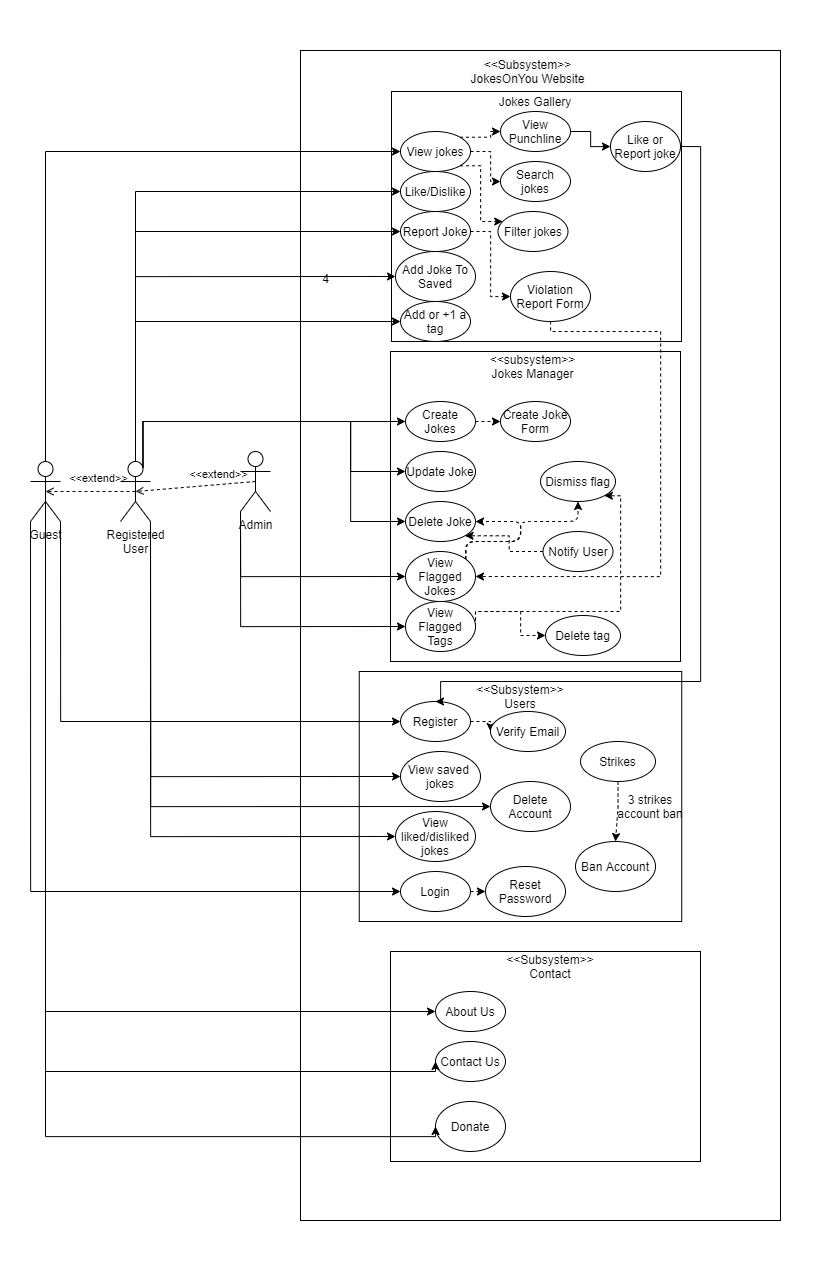
Before: Docs/UseCases/JokesOnYouUseCaseDiagram.png, a diagram exported from draw.io (Code2Gether-Discord/JokesOnYou). Source tidied: cells renumbered, new cells last; positions are measured from the earlier drawing's top-left corner, leaving out a move shared by most shapes.
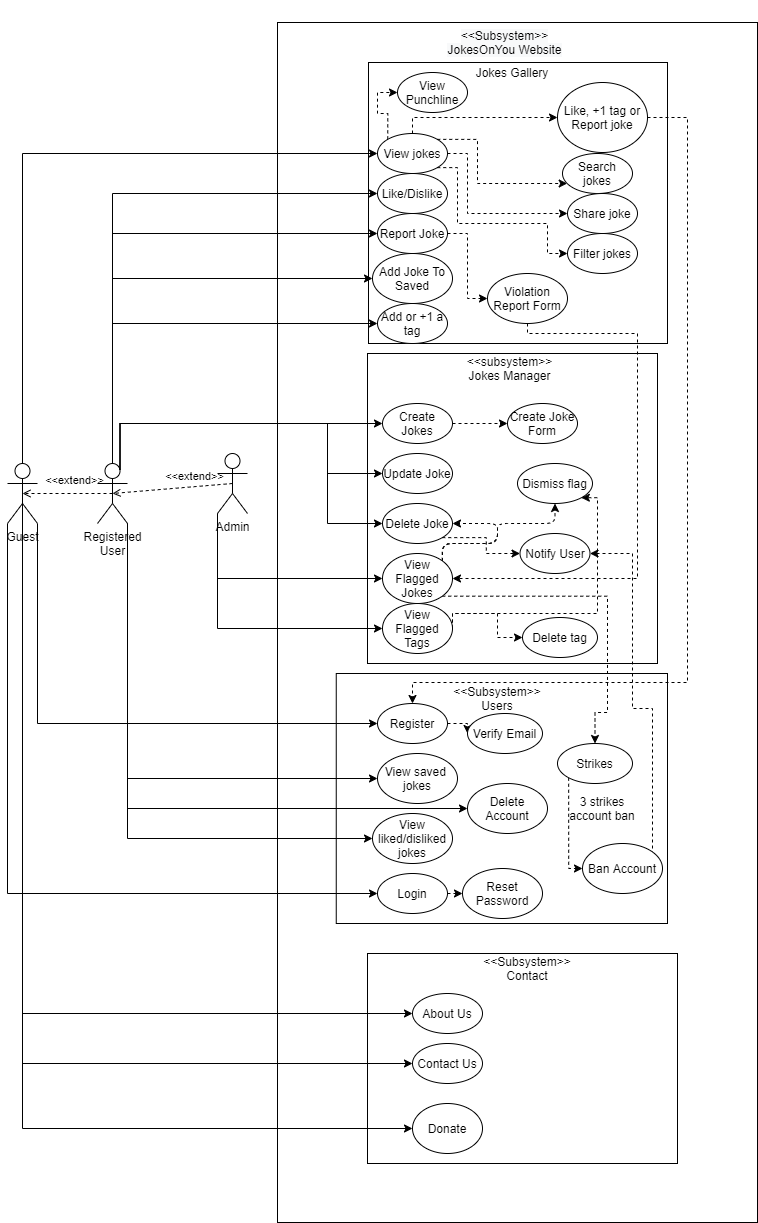
Above is the later version.

Commit message:
added share to use case diagram and changed a few connections around.

Diff of the diagram source:
```diff
@@ -2,11 +2,11 @@
   <root>
     <mxCell id="0" />
     <mxCell id="1" parent="0" />
-    <mxCell id="2" value="4" style="html=1;imageVerticalAlign=middle;spacingTop=-714;spacingLeft=-431;" parent="1" vertex="1">
-      <mxGeometry x="270" width="480" height="1170" as="geometry" />
+    <mxCell id="2" style="html=1;imageVerticalAlign=middle;spacingTop=-714;spacingLeft=-431;" parent="1" vertex="1">
+      <mxGeometry x="270" y="-30" width="480" height="1200" as="geometry" />
     </mxCell>
     <mxCell id="3" style="rounded=0;whiteSpace=wrap;html=1;" parent="1" vertex="1">
-      <mxGeometry x="328.8" y="621" width="322.5" height="250" as="geometry" />
+      <mxGeometry x="328.8" y="621" width="331.2" height="250" as="geometry" />
     </mxCell>
     <mxCell id="4" value="Guest" style="shape=umlActor;verticalLabelPosition=bottom;verticalAlign=top;html=1;" parent="1" vertex="1">
       <mxGeometry y="411" width="30" height="60" as="geometry" />
@@ -24,31 +24,52 @@
       <mxGeometry x="-0.16" y="-4" relative="1" as="geometry" />
     </mxCell>
     <mxCell id="9" style="html=1;" parent="1" vertex="1">
-      <mxGeometry x="361" y="41" width="290" height="250" as="geometry" />
+      <mxGeometry x="361" y="10" width="299" height="281" as="geometry" />
     </mxCell>
     <mxCell id="10" value="Jokes Gallery" style="text;html=1;strokeColor=none;fillColor=none;align=center;verticalAlign=middle;whiteSpace=wrap;rounded=0;" parent="1" vertex="1">
-      <mxGeometry x="465" y="41" width="80" height="20" as="geometry" />
+      <mxGeometry x="465" y="10" width="80" height="20" as="geometry" />
     </mxCell>
     <mxCell id="11" style="edgeStyle=orthogonalEdgeStyle;rounded=0;orthogonalLoop=1;jettySize=auto;html=1;exitX=0.5;exitY=1;exitDx=0;exitDy=0;" parent="1" edge="1" source="9" target="9">
       <mxGeometry relative="1" as="geometry" />
     </mxCell>
+    <mxCell id="84" style="edgeStyle=orthogonalEdgeStyle;rounded=0;jettySize=auto;html=1;exitX=1;exitY=0.5;exitDx=0;exitDy=0;entryX=0;entryY=0.5;entryDx=0;entryDy=0;dashed=1;" parent="1" edge="1" source="13" target="89">
+      <mxGeometry relative="1" as="geometry">
+        <Array as="points">
+          <mxPoint x="460" y="101" />
+          <mxPoint x="460" y="161" />
+        </Array>
+      </mxGeometry>
+    </mxCell>
+    <mxCell id="85" style="edgeStyle=orthogonalEdgeStyle;rounded=0;jettySize=auto;html=1;exitX=0.5;exitY=0;exitDx=0;exitDy=0;entryX=0;entryY=0.5;entryDx=0;entryDy=0;dashed=1;" parent="1" edge="1" source="13" target="17">
+      <mxGeometry relative="1" as="geometry">
+        <Array as="points">
+          <mxPoint x="405" y="65" />
+        </Array>
+      </mxGeometry>
+    </mxCell>
-    <mxCell id="12" style="edgeStyle=orthogonalEdgeStyle;rounded=0;jettySize=auto;html=1;exitX=1;exitY=0;exitDx=0;exitDy=0;entryX=0;entryY=0.5;entryDx=0;entryDy=0;dashed=1;" parent="1" edge="1" source="13" target="15">
+    <mxCell id="12" style="edgeStyle=orthogonalEdgeStyle;rounded=0;jettySize=auto;html=1;exitX=0;exitY=0;exitDx=0;exitDy=0;entryX=0;entryY=0.5;entryDx=0;entryDy=0;dashed=1;" parent="1" edge="1" source="13" target="15">
       <mxGeometry relative="1" as="geometry" />
     </mxCell>
     <mxCell id="13" value="View jokes" style="ellipse;whiteSpace=wrap;html=1;" parent="1" vertex="1">
       <mxGeometry x="370" y="81" width="70" height="40" as="geometry" />
     </mxCell>
-    <mxCell id="14" style="edgeStyle=orthogonalEdgeStyle;rounded=0;jettySize=auto;html=1;exitX=1;exitY=0.5;exitDx=0;exitDy=0;entryX=0;entryY=0.5;entryDx=0;entryDy=0;" parent="1" edge="1" source="15" target="17">
-      <mxGeometry relative="1" as="geometry" />
-    </mxCell>
     <mxCell id="15" value="View Punchline" style="ellipse;whiteSpace=wrap;html=1;" parent="1" vertex="1">
-      <mxGeometry x="470" y="61" width="70" height="40" as="geometry" />
+      <mxGeometry x="390" y="20" width="70" height="40" as="geometry" />
     </mxCell>
     <mxCell id="16" style="edgeStyle=orthogonalEdgeStyle;rounded=0;jettySize=auto;html=1;exitX=0.5;exitY=0;exitDx=0;exitDy=0;exitPerimeter=0;entryX=0;entryY=0.5;entryDx=0;entryDy=0;" parent="1" edge="1" source="4" target="13">
       <mxGeometry relative="1" as="geometry" />
     </mxCell>
+    <mxCell id="28" style="edgeStyle=orthogonalEdgeStyle;rounded=0;jettySize=auto;html=1;exitX=1;exitY=0.5;exitDx=0;exitDy=0;entryX=0.5;entryY=0;entryDx=0;entryDy=0;dashed=1;" parent="1" edge="1" source="17" target="21">
+      <mxGeometry relative="1" as="geometry">
+        <Array as="points">
+          <mxPoint x="680" y="65" />
+          <mxPoint x="680" y="630" />
+          <mxPoint x="405" y="630" />
+        </Array>
+      </mxGeometry>
+    </mxCell>
-    <mxCell id="17" value="Like or Report joke" style="ellipse;whiteSpace=wrap;html=1;" parent="1" vertex="1">
-      <mxGeometry x="580" y="71" width="70" height="50" as="geometry" />
+    <mxCell id="17" value="Like, +1 tag or Report joke" style="ellipse;whiteSpace=wrap;html=1;" parent="1" vertex="1">
+      <mxGeometry x="550" y="30" width="90" height="70" as="geometry" />
     </mxCell>
     <mxCell id="18" value="Like/Dislike" style="ellipse;whiteSpace=wrap;html=1;" parent="1" vertex="1">
       <mxGeometry x="370" y="121" width="70" height="40" as="geometry" />
@@ -80,15 +101,6 @@
     <mxCell id="27" style="rounded=0;whiteSpace=wrap;html=1;" parent="1" vertex="1">
       <mxGeometry x="360" y="301" width="290" height="310" as="geometry" />
     </mxCell>
-    <mxCell id="28" style="edgeStyle=orthogonalEdgeStyle;rounded=0;jettySize=auto;html=1;exitX=1;exitY=0.5;exitDx=0;exitDy=0;entryX=0.5;entryY=0;entryDx=0;entryDy=0;" parent="1" edge="1" source="17" target="21">
-      <mxGeometry relative="1" as="geometry">
-        <Array as="points">
-          <mxPoint x="670" y="96" />
-          <mxPoint x="670" y="631" />
-          <mxPoint x="410" y="631" />
-        </Array>
-      </mxGeometry>
-    </mxCell>
     <mxCell id="29" style="edgeStyle=orthogonalEdgeStyle;rounded=0;jettySize=auto;html=1;exitX=1;exitY=1;exitDx=0;exitDy=0;exitPerimeter=0;entryX=0;entryY=0.5;entryDx=0;entryDy=0;" parent="1" edge="1" source="4" target="21">
       <mxGeometry relative="1" as="geometry" />
     </mxCell>
@@ -105,7 +117,11 @@
       <mxGeometry relative="1" as="geometry" />
     </mxCell>
     <mxCell id="34" style="edgeStyle=orthogonalEdgeStyle;rounded=0;jettySize=auto;html=1;exitX=0.5;exitY=0;exitDx=0;exitDy=0;exitPerimeter=0;entryX=0;entryY=0.5;entryDx=0;entryDy=0;" parent="1" edge="1" source="5" target="31">
-      <mxGeometry relative="1" as="geometry" />
+      <mxGeometry relative="1" as="geometry">
+        <Array as="points">
+          <mxPoint x="105" y="226" />
+        </Array>
+      </mxGeometry>
     </mxCell>
     <mxCell id="35" style="edgeStyle=orthogonalEdgeStyle;rounded=0;jettySize=auto;html=1;exitX=1;exitY=0.5;exitDx=0;exitDy=0;entryX=0;entryY=0.5;entryDx=0;entryDy=0;dashed=1;" parent="1" edge="1" source="36" target="43">
       <mxGeometry relative="1" as="geometry" />
@@ -124,7 +140,7 @@
       </mxGeometry>
     </mxCell>
     <mxCell id="39" value="&#10;&#10;&lt;span style=&quot;color: rgb(0, 0, 0); font-family: helvetica; font-size: 12px; font-style: normal; font-weight: 400; letter-spacing: normal; text-align: center; text-indent: 0px; text-transform: none; word-spacing: 0px; background-color: rgb(248, 249, 250); display: inline; float: none;&quot;&gt;&amp;lt;&amp;lt;Subsystem&amp;gt;&amp;gt;&lt;/span&gt;&lt;br style=&quot;color: rgb(0, 0, 0); font-family: helvetica; font-size: 12px; font-style: normal; font-weight: 400; letter-spacing: normal; text-align: center; text-indent: 0px; text-transform: none; word-spacing: 0px; background-color: rgb(248, 249, 250);&quot;&gt;&lt;span style=&quot;color: rgb(0, 0, 0); font-family: helvetica; font-size: 12px; font-style: normal; font-weight: 400; letter-spacing: normal; text-align: center; text-indent: 0px; text-transform: none; word-spacing: 0px; background-color: rgb(248, 249, 250); display: inline; float: none;&quot;&gt;JokesOnYou Website&lt;/span&gt;&#10;&#10;" style="text;html=1;strokeColor=none;fillColor=none;align=center;verticalAlign=middle;whiteSpace=wrap;rounded=0;" parent="1" vertex="1">
-      <mxGeometry x="435" y="11" width="125" height="20" as="geometry" />
+      <mxGeometry x="435" y="-20" width="125" height="20" as="geometry" />
     </mxCell>
     <mxCell id="40" style="edgeStyle=orthogonalEdgeStyle;rounded=0;jettySize=auto;html=1;exitX=1;exitY=0.5;exitDx=0;exitDy=0;entryX=0;entryY=0.5;entryDx=0;entryDy=0;dashed=1;" parent="1" edge="1" source="41" target="53">
       <mxGeometry relative="1" as="geometry" />
@@ -136,7 +152,7 @@
       <mxGeometry relative="1" as="geometry" />
     </mxCell>
     <mxCell id="43" value="Create Joke Form" style="ellipse;whiteSpace=wrap;html=1;" parent="1" vertex="1">
-      <mxGeometry x="470" y="351" width="70" height="40" as="geometry" />
+      <mxGeometry x="500" y="351" width="70" height="40" as="geometry" />
     </mxCell>
     <mxCell id="44" style="edgeStyle=orthogonalEdgeStyle;rounded=1;jettySize=auto;html=1;exitX=1;exitY=0;exitDx=0;exitDy=0;entryX=1;entryY=0.5;entryDx=0;entryDy=0;dashed=1;" parent="1" edge="1" source="46" target="50">
       <mxGeometry relative="1" as="geometry">
@@ -156,6 +172,15 @@
         </Array>
       </mxGeometry>
     </mxCell>
+    <mxCell id="86" style="edgeStyle=orthogonalEdgeStyle;rounded=0;jettySize=auto;html=1;exitX=1;exitY=1;exitDx=0;exitDy=0;entryX=0.5;entryY=0;entryDx=0;entryDy=0;dashed=1;" parent="1" edge="1" source="46" target="81">
+      <mxGeometry relative="1" as="geometry">
+        <Array as="points">
+          <mxPoint x="600" y="544" />
+          <mxPoint x="600" y="660" />
+          <mxPoint x="588" y="660" />
+        </Array>
+      </mxGeometry>
+    </mxCell>
     <mxCell id="46" value="View Flagged Jokes" style="ellipse;whiteSpace=wrap;html=1;" parent="1" vertex="1">
       <mxGeometry x="375" y="501" width="70" height="50" as="geometry" />
     </mxCell>
@@ -174,6 +199,9 @@
     <mxCell id="49" value="Dismiss flag" style="ellipse;whiteSpace=wrap;html=1;" parent="1" vertex="1">
       <mxGeometry x="510" y="411" width="75" height="40" as="geometry" />
     </mxCell>
+    <mxCell id="87" style="edgeStyle=orthogonalEdgeStyle;rounded=0;jettySize=auto;html=1;exitX=1;exitY=1;exitDx=0;exitDy=0;entryX=0;entryY=0.5;entryDx=0;entryDy=0;dashed=1;" parent="1" edge="1" source="50" target="75">
+      <mxGeometry relative="1" as="geometry" />
+    </mxCell>
     <mxCell id="50" value="Delete Joke" style="ellipse;whiteSpace=wrap;html=1;" parent="1" vertex="1">
       <mxGeometry x="375" y="451" width="70" height="40" as="geometry" />
     </mxCell>
@@ -257,36 +285,35 @@
       </mxGeometry>
     </mxCell>
     <mxCell id="68" value="Search jokes" style="ellipse;whiteSpace=wrap;html=1;" parent="1" vertex="1">
-      <mxGeometry x="470" y="111" width="70" height="40" as="geometry" />
+      <mxGeometry x="555" y="101" width="70" height="40" as="geometry" />
     </mxCell>
     <mxCell id="69" value="Filter jokes" style="ellipse;whiteSpace=wrap;html=1;" parent="1" vertex="1">
-      <mxGeometry x="467.5" y="161" width="70" height="40" as="geometry" />
+      <mxGeometry x="560" y="181" width="70" height="40" as="geometry" />
     </mxCell>
-    <mxCell id="70" style="edgeStyle=orthogonalEdgeStyle;rounded=0;jettySize=auto;html=1;exitX=1;exitY=0.5;exitDx=0;exitDy=0;dashed=1;" parent="1" edge="1" source="13" target="68">
+    <mxCell id="70" style="edgeStyle=orthogonalEdgeStyle;rounded=0;jettySize=auto;html=1;exitX=1;exitY=0;exitDx=0;exitDy=0;dashed=1;" parent="1" edge="1" source="13" target="68">
       <mxGeometry relative="1" as="geometry">
         <Array as="points">
-          <mxPoint x="460" y="101" />
-          <mxPoint x="460" y="131" />
+          <mxPoint x="470" y="87" />
+          <mxPoint x="470" y="131" />
         </Array>
       </mxGeometry>
     </mxCell>
     <mxCell id="71" style="edgeStyle=orthogonalEdgeStyle;rounded=0;jettySize=auto;html=1;exitX=1;exitY=1;exitDx=0;exitDy=0;exitPerimeter=0;entryX=0;entryY=0.5;entryDx=0;entryDy=0;" parent="1" edge="1" source="5" target="66">
       <mxGeometry relative="1" as="geometry" />
     </mxCell>
-    <mxCell id="72" style="edgeStyle=orthogonalEdgeStyle;rounded=0;jettySize=auto;html=1;exitX=1;exitY=1;exitDx=0;exitDy=0;dashed=1;" parent="1" edge="1" source="13" target="69">
+    <mxCell id="72" style="edgeStyle=orthogonalEdgeStyle;rounded=0;jettySize=auto;html=1;exitX=1;exitY=1;exitDx=0;exitDy=0;dashed=1;entryX=0;entryY=0.5;entryDx=0;entryDy=0;" parent="1" edge="1" source="13" target="69">
       <mxGeometry relative="1" as="geometry">
         <Array as="points">
           <mxPoint x="450" y="115" />
           <mxPoint x="450" y="171" />
+          <mxPoint x="540" y="171" />
+          <mxPoint x="540" y="201" />
         </Array>
       </mxGeometry>
     </mxCell>
     <mxCell id="73" value="Delete Account" style="ellipse;whiteSpace=wrap;html=1;" parent="1" vertex="1">
       <mxGeometry x="460" y="731" width="80" height="50" as="geometry" />
     </mxCell>
-    <mxCell id="74" style="edgeStyle=orthogonalEdgeStyle;rounded=0;jettySize=auto;html=1;exitX=0;exitY=0.5;exitDx=0;exitDy=0;entryX=1;entryY=1;entryDx=0;entryDy=0;dashed=1;" parent="1" edge="1" source="75" target="50">
-      <mxGeometry relative="1" as="geometry" />
-    </mxCell>
     <mxCell id="75" value="Notify User" style="ellipse;whiteSpace=wrap;html=1;" parent="1" vertex="1">
       <mxGeometry x="512.5" y="481" width="70" height="40" as="geometry" />
     </mxCell>
@@ -296,25 +323,24 @@
     <mxCell id="77" style="edgeStyle=orthogonalEdgeStyle;rounded=0;jettySize=auto;html=1;exitX=0.5;exitY=0.5;exitDx=0;exitDy=0;exitPerimeter=0;entryX=0;entryY=0.5;entryDx=0;entryDy=0;" parent="1" edge="1" source="4" target="62">
       <mxGeometry relative="1" as="geometry">
         <Array as="points">
-          <mxPoint x="15" y="1021" />
+          <mxPoint x="15" y="1011" />
         </Array>
       </mxGeometry>
     </mxCell>
     <mxCell id="78" style="edgeStyle=orthogonalEdgeStyle;rounded=0;jettySize=auto;html=1;exitX=0.5;exitY=0.5;exitDx=0;exitDy=0;exitPerimeter=0;entryX=0;entryY=0.5;entryDx=0;entryDy=0;" parent="1" edge="1" source="4" target="63">
       <mxGeometry relative="1" as="geometry">
         <Array as="points">
-          <mxPoint x="15" y="1086" />
+          <mxPoint x="15" y="1076" />
         </Array>
       </mxGeometry>
     </mxCell>
     <mxCell id="79" style="edgeStyle=orthogonalEdgeStyle;rounded=0;jettySize=auto;html=1;exitX=1;exitY=1;exitDx=0;exitDy=0;exitPerimeter=0;entryX=0;entryY=0.5;entryDx=0;entryDy=0;" parent="1" edge="1" source="5" target="73">
       <mxGeometry relative="1" as="geometry" />
     </mxCell>
-    <mxCell id="80" style="edgeStyle=orthogonalEdgeStyle;rounded=0;jettySize=auto;html=1;exitX=0.5;exitY=1;exitDx=0;exitDy=0;entryX=0.5;entryY=0;entryDx=0;entryDy=0;dashed=1;" parent="1" edge="1" source="81" target="83">
+    <mxCell id="80" style="edgeStyle=orthogonalEdgeStyle;rounded=0;jettySize=auto;html=1;exitX=0;exitY=1;exitDx=0;exitDy=0;entryX=0;entryY=0.5;entryDx=0;entryDy=0;dashed=1;" parent="1" edge="1" source="81" target="83">
       <mxGeometry relative="1" as="geometry">
         <Array as="points">
-          <mxPoint x="588" y="756" />
-          <mxPoint x="585" y="756" />
+          <mxPoint x="561" y="816" />
         </Array>
       </mxGeometry>
     </mxCell>
@@ -322,10 +348,23 @@
       <mxGeometry x="550" y="691" width="75" height="40" as="geometry" />
     </mxCell>
     <mxCell id="82" value="3 strikes&lt;br&gt;account ban" style="text;html=1;strokeColor=none;fillColor=none;align=center;verticalAlign=middle;whiteSpace=wrap;rounded=0;" parent="1" vertex="1">
-      <mxGeometry x="585" y="741" width="70" height="30" as="geometry" />
+      <mxGeometry x="560" y="741" width="70" height="30" as="geometry" />
     </mxCell>
+    <mxCell id="88" style="edgeStyle=orthogonalEdgeStyle;rounded=0;jettySize=auto;html=1;exitX=1;exitY=0.5;exitDx=0;exitDy=0;entryX=1;entryY=0.5;entryDx=0;entryDy=0;dashed=1;" parent="1" edge="1" source="83" target="75">
+      <mxGeometry relative="1" as="geometry">
+        <Array as="points">
+          <mxPoint x="645" y="816" />
+          <mxPoint x="645" y="656" />
+          <mxPoint x="625" y="656" />
+          <mxPoint x="625" y="501" />
+        </Array>
+      </mxGeometry>
+    </mxCell>
     <mxCell id="83" value="Ban Account" style="ellipse;whiteSpace=wrap;html=1;" parent="1" vertex="1">
-      <mxGeometry x="545" y="791" width="80" height="50" as="geometry" />
+      <mxGeometry x="575" y="791" width="80" height="50" as="geometry" />
     </mxCell>
+    <mxCell id="89" value="Share joke" style="ellipse;whiteSpace=wrap;html=1;" parent="1" vertex="1">
+      <mxGeometry x="560" y="141" width="70" height="40" as="geometry" />
+    </mxCell>
   </root>
 </mxGraphModel>
```
